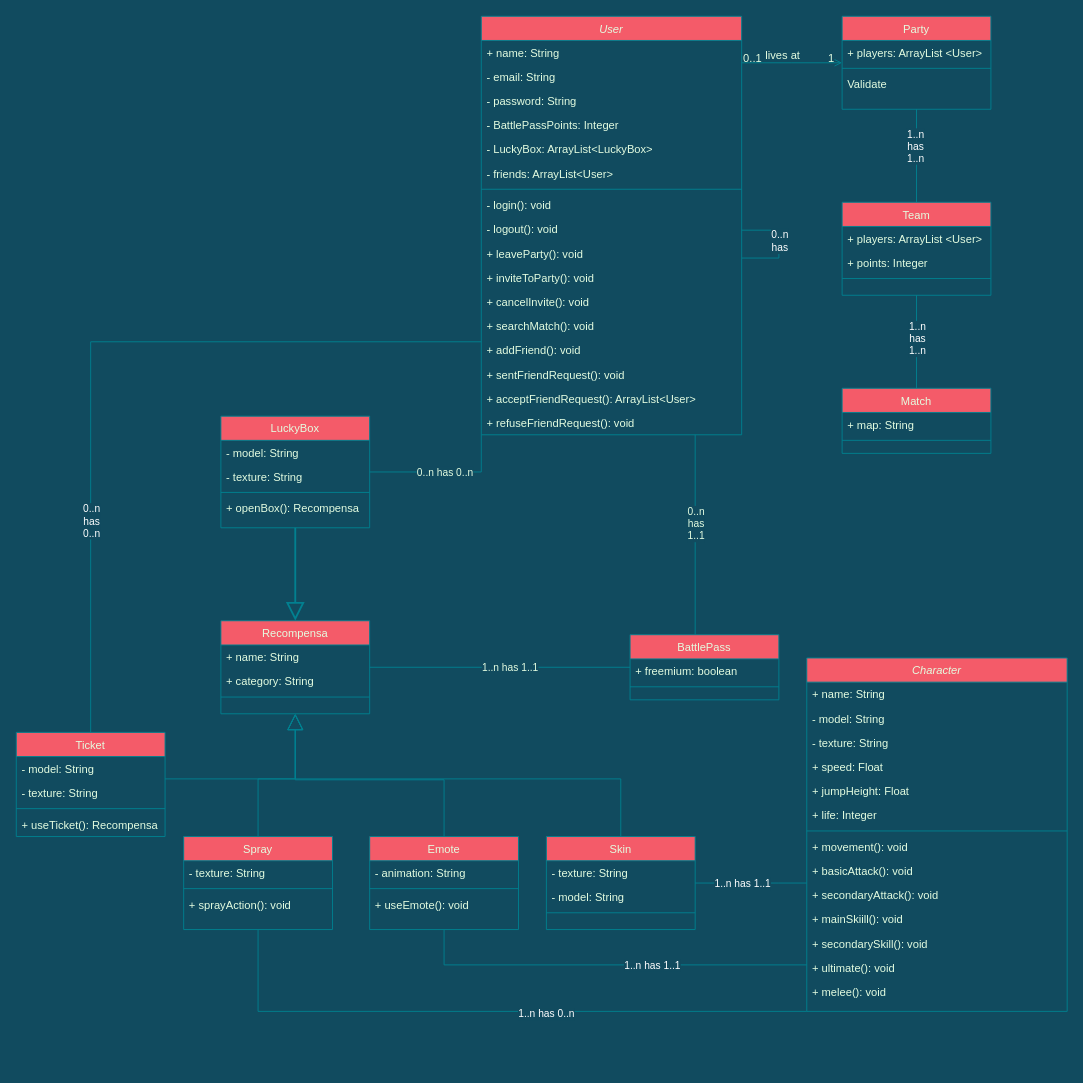
Before: fase-final/Modelo-Conceitual.drawio in Stuepp/BANCO-DE-DADOS-I, a draw.io diagram. Source tidied: cells renumbered, new cells numbered last; positions are measured from the earlier drawing's top-left corner, leaving out a move shared by most shapes. Both pictures are drawn from the tidied source at 93%, with x=0, y=0 at pixel (16, 16).
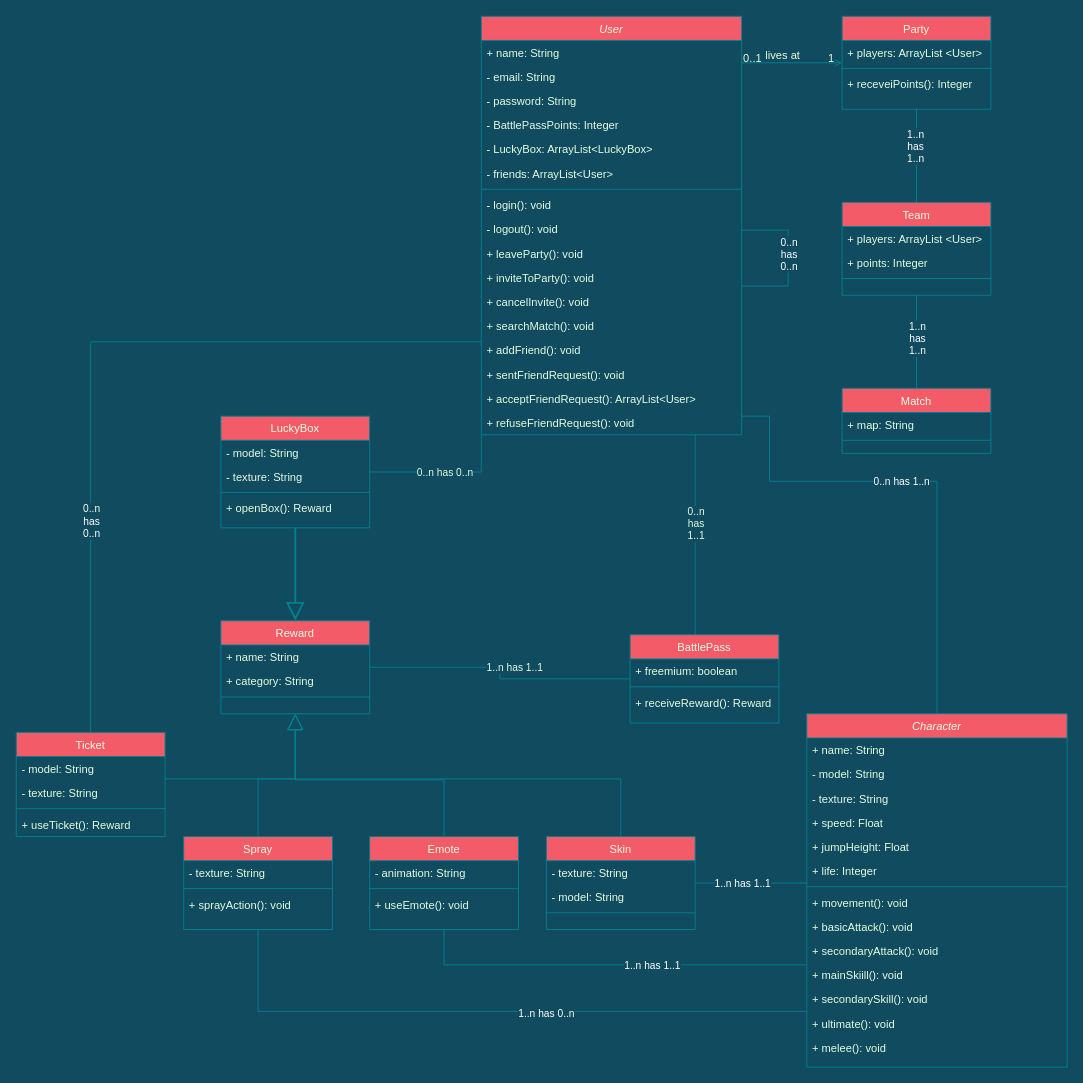
The same diagram, later.

Unchanged cells that the change refers to:
```xml
<mxCell id="2" value="User" style="swimlane;fontStyle=2;align=center;verticalAlign=top;horizontal=1;startSize=26;rounded=0;shadow=0;strokeWidth=1;fillColor=#F45B69;strokeColor=#028090;fontColor=#E4FDE1;" parent="1" vertex="1">
  <mxGeometry x="500" width="280" height="450" as="geometry" />
</mxCell>
<mxCell id="23" value="LuckyBox" style="swimlane;fontStyle=0;align=center;verticalAlign=top;horizontal=1;startSize=26;rounded=0;shadow=0;strokeWidth=1;fillColor=#F45B69;strokeColor=#028090;fontColor=#E4FDE1;" parent="1" vertex="1">
  <mxGeometry x="220" y="430" width="160" height="120" as="geometry" />
</mxCell>
<mxCell id="35" value="Party" style="swimlane;fontStyle=0;align=center;verticalAlign=top;horizontal=1;startSize=26;rounded=0;shadow=0;strokeWidth=1;fillColor=#F45B69;strokeColor=#028090;fontColor=#E4FDE1;" parent="1" vertex="1">
  <mxGeometry x="888" width="160" height="100" as="geometry" />
</mxCell>
<mxCell id="52" value="Ticket" style="swimlane;fontStyle=0;align=center;verticalAlign=top;horizontal=1;startSize=26;rounded=0;shadow=0;strokeWidth=1;fillColor=#F45B69;strokeColor=#028090;fontColor=#E4FDE1;" parent="1" vertex="1">
  <mxGeometry y="770" width="160" height="112" as="geometry" />
</mxCell>
```

Change to the diagram source:
```diff
@@
+    <mxCell id="104" style="edgeStyle=orthogonalEdgeStyle;rounded=0;jettySize=auto;html=1;labelBackgroundColor=#114B5F;strokeColor=#028090;fontColor=#FFFFFF;endArrow=none;endFill=0;endSize=15;fillColor=#F45B69;" parent="1" edge="1" source="2" target="89">
+      <mxGeometry relative="1" as="geometry">
+        <Array as="points">
+          <mxPoint x="810" y="430" />
+          <mxPoint x="810" y="500" />
+          <mxPoint x="990" y="500" />
+        </Array>
+      </mxGeometry>
+    </mxCell>
+    <mxCell id="105" value="0..n has 1..n" style="edgeLabel;html=1;align=center;verticalAlign=middle;fontColor=#FFFFFF;labelBackgroundColor=#114B5F;" parent="104" vertex="1">
+      <mxGeometry x="-0.09" y="1" relative="1" as="geometry" />
+    </mxCell>
@@
-    <mxCell id="27" value="+ openBox(): Recompensa" style="text;align=left;verticalAlign=top;spacingLeft=4;spacingRight=4;overflow=hidden;rounded=0;shadow=0;html=0;fontColor=#E4FDE1;" parent="23" vertex="1">
+    <mxCell id="27" value="+ openBox(): Reward" style="text;align=left;verticalAlign=top;spacingLeft=4;spacingRight=4;overflow=hidden;rounded=0;shadow=0;html=0;fontColor=#E4FDE1;" parent="23" vertex="1">
       <mxGeometry y="86" width="160" height="26" as="geometry" />
     </mxCell>
@@
     <mxCell id="30" value="BattlePass" style="swimlane;fontStyle=0;align=center;verticalAlign=top;horizontal=1;startSize=26;rounded=0;shadow=0;strokeWidth=1;fillColor=#F45B69;strokeColor=#028090;fontColor=#E4FDE1;" parent="1" vertex="1">
-      <mxGeometry x="660" y="665" width="160" height="70" as="geometry" />
+      <mxGeometry x="660" y="665" width="160" height="95" as="geometry" />
     </mxCell>
@@
+    <mxCell id="106" value="+ receiveReward(): Reward" style="text;align=left;verticalAlign=top;spacingLeft=4;spacingRight=4;overflow=hidden;fontColor=#E4FDE1;" parent="30" vertex="1">
+      <mxGeometry y="60" width="160" height="26" as="geometry" />
+    </mxCell>
@@
-    <mxCell id="38" value="Validate" style="text;align=left;verticalAlign=top;spacingLeft=4;spacingRight=4;overflow=hidden;fontColor=#E4FDE1;" parent="35" vertex="1">
+    <mxCell id="38" value="+ receveiPoints(): Integer" style="text;align=left;verticalAlign=top;spacingLeft=4;spacingRight=4;overflow=hidden;fontColor=#E4FDE1;" parent="35" vertex="1">
       <mxGeometry y="60" width="160" height="26" as="geometry" />
     </mxCell>
@@
-    <mxCell id="45" value="Recompensa" style="swimlane;fontStyle=0;align=center;verticalAlign=top;horizontal=1;startSize=26;rounded=0;shadow=0;strokeWidth=1;fillColor=#F45B69;strokeColor=#028090;fontColor=#E4FDE1;" parent="1" vertex="1">
+    <mxCell id="45" value="Reward" style="swimlane;fontStyle=0;align=center;verticalAlign=top;horizontal=1;startSize=26;rounded=0;shadow=0;strokeWidth=1;fillColor=#F45B69;strokeColor=#028090;fontColor=#E4FDE1;" parent="1" vertex="1">
       <mxGeometry x="220" y="650" width="160" height="100" as="geometry" />
     </mxCell>
@@
-    <mxCell id="56" value="+ useTicket(): Recompensa" style="text;align=left;verticalAlign=top;spacingLeft=4;spacingRight=4;overflow=hidden;fontColor=#E4FDE1;" parent="52" vertex="1">
+    <mxCell id="56" value="+ useTicket(): Reward" style="text;align=left;verticalAlign=top;spacingLeft=4;spacingRight=4;overflow=hidden;fontColor=#E4FDE1;" parent="52" vertex="1">
       <mxGeometry y="86" width="160" height="26" as="geometry" />
     </mxCell>
@@
     <mxCell id="78" style="edgeStyle=orthogonalEdgeStyle;rounded=0;orthogonalLoop=1;jettySize=auto;html=1;strokeColor=#028090;fontColor=#FFFFFF;endArrow=none;endFill=0;endSize=15;fillColor=#F45B69;" parent="1" edge="1" source="2" target="2">
       <mxGeometry relative="1" as="geometry">
         <Array as="points">
-          <mxPoint x="820" y="230" />
-          <mxPoint x="810" y="260" />
+          <mxPoint x="830" y="230" />
+          <mxPoint x="830" y="290" />
         </Array>
       </mxGeometry>
     </mxCell>
-    <mxCell id="79" value="0..n&lt;br&gt;has" style="edgeLabel;html=1;align=center;verticalAlign=middle;fontColor=#FFFFFF;labelBackgroundColor=#114B5F;" parent="78" vertex="1">
+    <mxCell id="79" value="0..n&lt;br&gt;has&lt;br&gt;0..n" style="edgeLabel;html=1;align=center;verticalAlign=middle;fontColor=#FFFFFF;labelBackgroundColor=#114B5F;" parent="78" vertex="1">
       <mxGeometry x="-0.21" y="-3" relative="1" as="geometry">
-        <mxPoint x="3" y="8" as="offset" />
+        <mxPoint x="3" y="12" as="offset" />
       </mxGeometry>
     </mxCell>
@@
     <mxCell id="89" value="Character" style="swimlane;fontStyle=2;align=center;verticalAlign=top;horizontal=1;startSize=26;rounded=0;shadow=0;strokeWidth=1;fillColor=#F45B69;strokeColor=#028090;fontColor=#E4FDE1;" parent="1" vertex="1">
-      <mxGeometry x="850" y="690" width="280" height="380" as="geometry" />
+      <mxGeometry x="850" y="750" width="280" height="380" as="geometry" />
     </mxCell>
```
